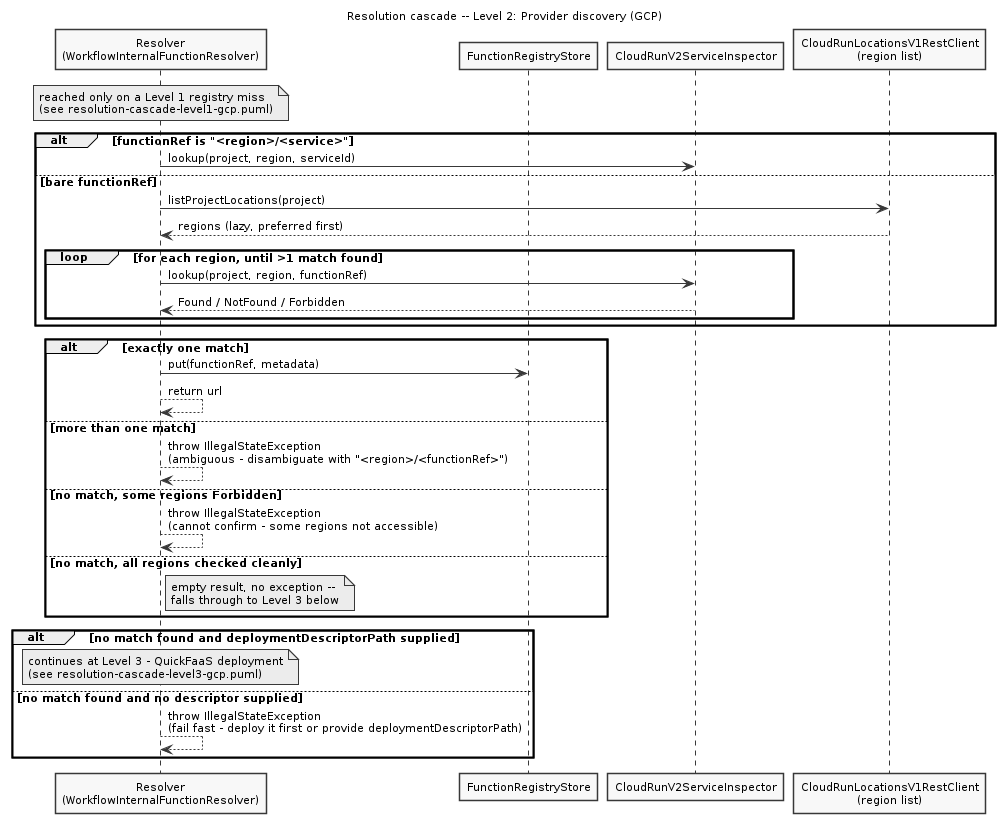
The PlantUML diagram dissertation/images/implementation/resolution-cascade-level2-gcp.png in EngenheiroPedroCarvalho/ISEL-Thesis-2526, before a commit. Its source is kept beside it as diagrams/resolution-cascade-level2-gcp.puml. Its diagram source:
```plantuml
@startuml resolution-cascade-level2-gcp
skinparam monochrome true
skinparam shadowing false
skinparam defaultFontSize 11
title Resolution cascade -- Level 2: Provider discovery (GCP)

participant "Resolver\n(WorkflowInternalFunctionResolver)" as R
participant "FunctionRegistryStore" as REG
participant "CloudRunV2ServiceInspector" as GI
participant "CloudRunLocationsV1RestClient\n(region list)" as GL

note over R
  reached only on a Level 1 registry miss
  (see resolution-cascade-level1-gcp.puml)
end note

alt functionRef is "<region>/<service>"
  R -> GI : lookup(project, region, serviceId)
else bare functionRef
  R -> GL : listProjectLocations(project)
  GL --> R : regions (lazy, preferred first)
  loop for each region, until >1 match found
    R -> GI : lookup(project, region, functionRef)
    GI --> R : Found / NotFound / Forbidden
  end
end

alt exactly one match
  R -> REG : put(functionRef, metadata)
  R --> R : return url
else more than one match
  R --> R : throw IllegalStateException\n(ambiguous - disambiguate with "<region>/<functionRef>")
else no match, some regions Forbidden
  R --> R : throw IllegalStateException\n(cannot confirm - some regions not accessible)
else no match, all regions checked cleanly
  note right of R
    empty result, no exception --
    falls through to Level 3 below
  end note
end

alt no match found and deploymentDescriptorPath supplied
  note over R
    continues at Level 3 - QuickFaaS deployment
    (see resolution-cascade-level3-gcp.puml)
  end note
else no match found and no descriptor supplied
  R --> R : throw IllegalStateException\n(fail fast - deploy it first or provide deploymentDescriptorPath)
end
@enduml
```
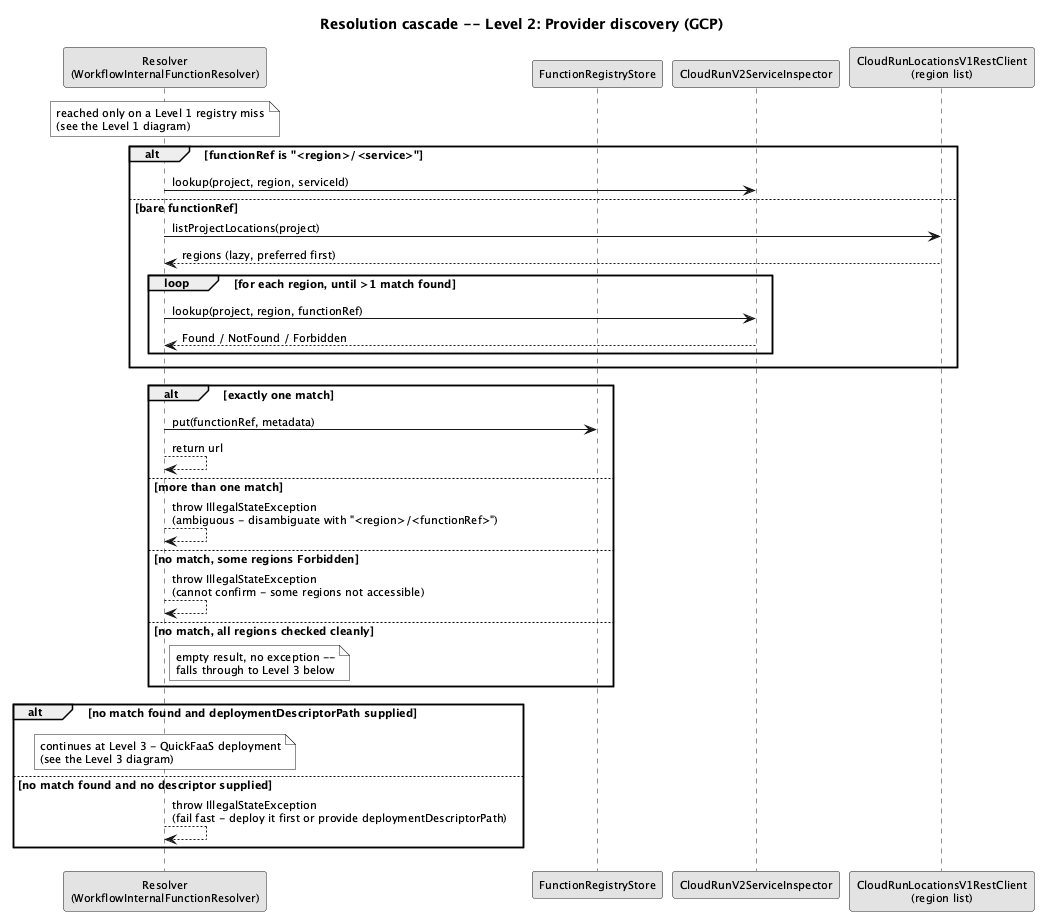
Later version of the same file.

What changed in the source:
```diff
@@ -11,7 +11,7 @@
 
 note over R
   reached only on a Level 1 registry miss
-  (see resolution-cascade-level1-gcp.puml)
+  (see the Level 1 diagram)
 end note
 
 alt functionRef is "<region>/<service>"
@@ -42,7 +42,7 @@
 alt no match found and deploymentDescriptorPath supplied
   note over R
     continues at Level 3 - QuickFaaS deployment
-    (see resolution-cascade-level3-gcp.puml)
+    (see the Level 3 diagram)
   end note
 else no match found and no descriptor supplied
   R --> R : throw IllegalStateException\n(fail fast - deploy it first or provide deploymentDescriptorPath)
```
